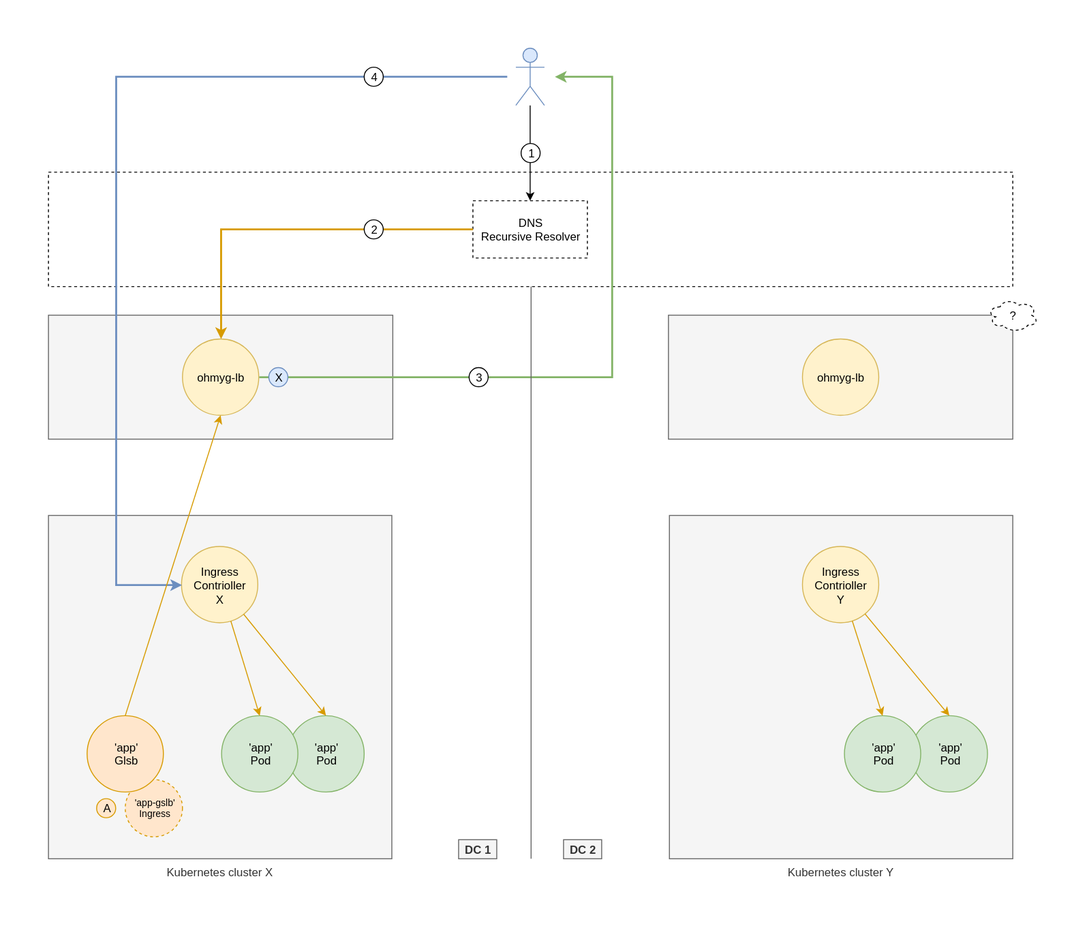
Before: docs/images/gslb-basic.svg, a diagram exported from draw.io (k8gb-io/k8gb). Source tidied: cells renumbered, new cells last; positions are measured from the earlier drawing's top-left corner, leaving out a move shared by most shapes.
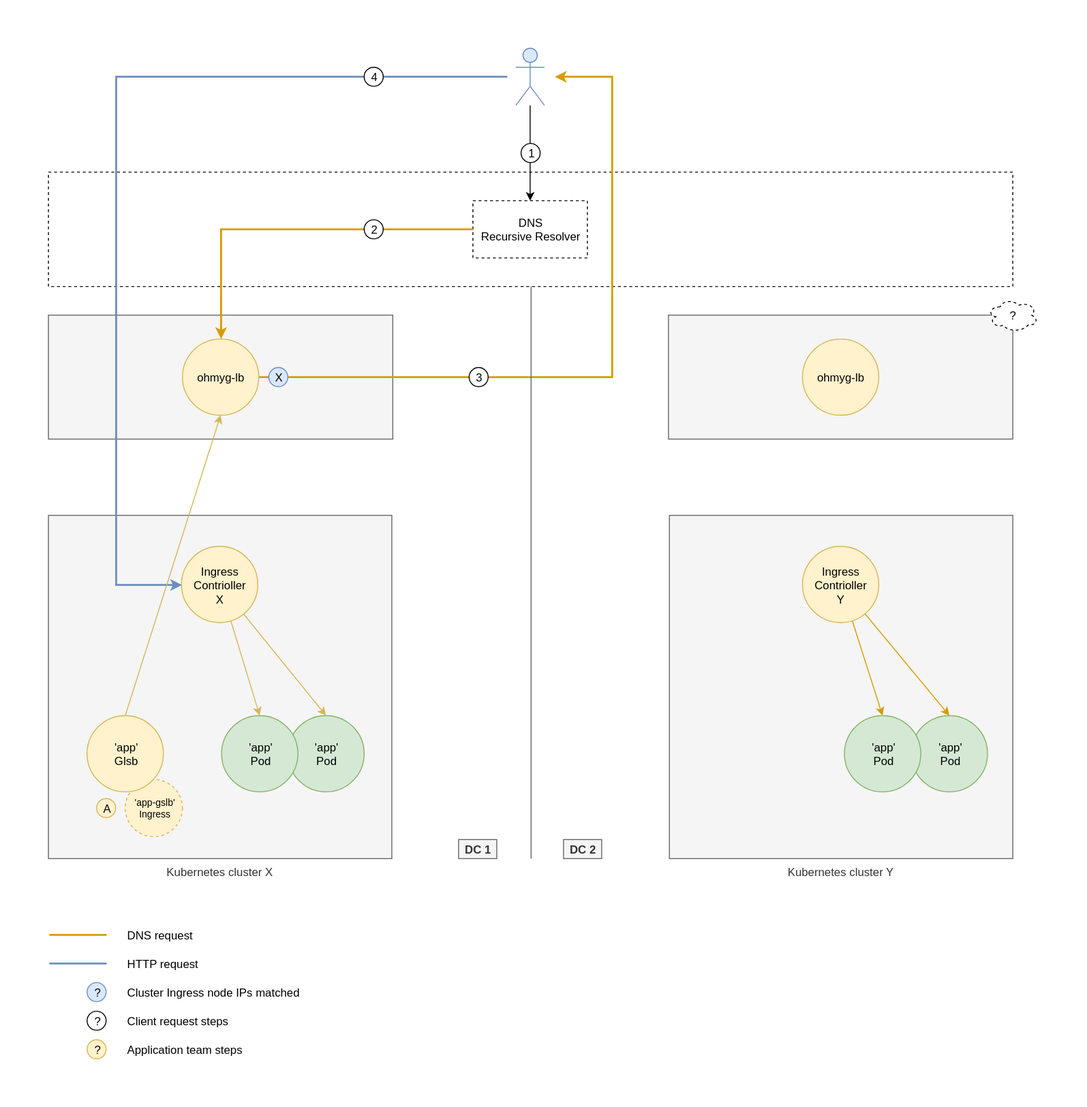
After the change.

Diff of the diagram source:
```diff
@@ -26,13 +26,13 @@
     <mxCell id="9" value="'app'&lt;br&gt;Pod" style="ellipse;whiteSpace=wrap;html=1;fillColor=#d5e8d4;strokeColor=#82b366;" parent="1" vertex="1">
       <mxGeometry x="251" y="700" width="80" height="80" as="geometry" />
     </mxCell>
-    <mxCell id="10" style="edgeStyle=none;rounded=0;jettySize=auto;html=1;entryX=0.5;entryY=0;entryDx=0;entryDy=0;fillColor=#ffe6cc;strokeColor=#d79b00;" parent="1" edge="1" source="8" target="9">
+    <mxCell id="10" style="edgeStyle=none;rounded=0;jettySize=auto;html=1;entryX=0.5;entryY=0;entryDx=0;entryDy=0;fillColor=#fff2cc;strokeColor=#d6b656;" parent="1" edge="1" source="8" target="9">
       <mxGeometry relative="1" as="geometry" />
     </mxCell>
     <mxCell id="11" value="'app'&lt;br&gt;Pod" style="ellipse;whiteSpace=wrap;html=1;fillColor=#d5e8d4;strokeColor=#82b366;" parent="1" vertex="1">
       <mxGeometry x="181.5" y="700" width="80" height="80" as="geometry" />
     </mxCell>
-    <mxCell id="12" style="rounded=0;jettySize=auto;html=1;entryX=0.5;entryY=0;entryDx=0;entryDy=0;fillColor=#ffe6cc;strokeColor=#d79b00;" parent="1" edge="1" source="8" target="11">
+    <mxCell id="12" style="rounded=0;jettySize=auto;html=1;entryX=0.5;entryY=0;entryDx=0;entryDy=0;fillColor=#fff2cc;strokeColor=#d6b656;" parent="1" edge="1" source="8" target="11">
       <mxGeometry relative="1" as="geometry" />
     </mxCell>
     <mxCell id="13" style="rounded=0;whiteSpace=wrap;html=1;fillColor=#f5f5f5;strokeColor=#666666;fontColor=#333333;" parent="1" vertex="1">
@@ -59,7 +59,7 @@
         </Array>
       </mxGeometry>
     </mxCell>
-    <mxCell id="19" style="edgeStyle=orthogonalEdgeStyle;rounded=0;jettySize=auto;html=1;exitX=1;exitY=0.5;exitDx=0;exitDy=0;fillColor=#d5e8d4;strokeColor=#82b366;strokeWidth=2;" parent="1" edge="1" source="14">
+    <mxCell id="19" style="edgeStyle=orthogonalEdgeStyle;rounded=0;jettySize=auto;html=1;exitX=1;exitY=0.5;exitDx=0;exitDy=0;fillColor=#ffe6cc;strokeColor=#d79b00;strokeWidth=2;" parent="1" edge="1" source="14">
       <mxGeometry relative="1" as="geometry">
         <mxPoint x="531" y="30" as="targetPoint" />
         <Array as="points">
@@ -99,16 +99,16 @@
     <mxCell id="27" value="?" style="ellipse;shape=cloud;whiteSpace=wrap;html=1;dashed=1;" parent="1" vertex="1">
       <mxGeometry x="984.5" y="262.5" width="53" height="35" as="geometry" />
     </mxCell>
-    <mxCell id="28" value="A" style="ellipse;whiteSpace=wrap;html=1;fillColor=#ffe6cc;strokeColor=#d79b00;" parent="1" vertex="1">
+    <mxCell id="28" value="A" style="ellipse;whiteSpace=wrap;html=1;fillColor=#fff2cc;strokeColor=#d6b656;" parent="1" vertex="1">
       <mxGeometry x="50.5" y="787" width="20" height="20" as="geometry" />
     </mxCell>
-    <mxCell id="29" value="'app-gslb'&lt;br style=&quot;font-size: 10px;&quot;&gt;Ingress" style="ellipse;whiteSpace=wrap;html=1;fillColor=#ffe6cc;strokeColor=#d79b00;fontSize=10;dashed=1;" parent="1" vertex="1">
+    <mxCell id="29" value="'app-gslb'&lt;br style=&quot;font-size: 10px;&quot;&gt;Ingress" style="ellipse;whiteSpace=wrap;html=1;fillColor=#fff2cc;strokeColor=#d6b656;fontSize=10;dashed=1;" parent="1" vertex="1">
       <mxGeometry x="80.5" y="767" width="60" height="60" as="geometry" />
     </mxCell>
-    <mxCell id="30" style="edgeStyle=none;rounded=0;jettySize=auto;html=1;exitX=0.5;exitY=0;exitDx=0;exitDy=0;entryX=0.5;entryY=1;entryDx=0;entryDy=0;strokeWidth=1;fontSize=10;fillColor=#ffe6cc;strokeColor=#d79b00;" parent="1" edge="1" source="31" target="14">
+    <mxCell id="30" style="edgeStyle=none;rounded=0;jettySize=auto;html=1;exitX=0.5;exitY=0;exitDx=0;exitDy=0;entryX=0.5;entryY=1;entryDx=0;entryDy=0;strokeWidth=1;fontSize=10;fillColor=#fff2cc;strokeColor=#d6b656;" parent="1" edge="1" source="31" target="14">
       <mxGeometry relative="1" as="geometry" />
     </mxCell>
-    <mxCell id="31" value="'app'&lt;br&gt;Glsb" style="ellipse;whiteSpace=wrap;html=1;fillColor=#ffe6cc;strokeColor=#d79b00;" parent="1" vertex="1">
+    <mxCell id="31" value="'app'&lt;br&gt;Glsb" style="ellipse;whiteSpace=wrap;html=1;fillColor=#fff2cc;strokeColor=#d6b656;" parent="1" vertex="1">
       <mxGeometry x="40.5" y="700" width="80" height="80" as="geometry" />
     </mxCell>
     <mxCell id="32" value="Kubernetes cluster Y" style="rounded=0;whiteSpace=wrap;html=1;fillColor=#f5f5f5;strokeColor=#666666;fontColor=#333333;labelPosition=center;verticalLabelPosition=bottom;align=center;verticalAlign=top;" parent="1" vertex="1">
@@ -132,5 +132,56 @@
     <mxCell id="38" value="X" style="ellipse;whiteSpace=wrap;html=1;fillColor=#dae8fc;strokeColor=#6c8ebf;" parent="1" vertex="1">
       <mxGeometry x="231" y="335" width="20" height="20" as="geometry" />
     </mxCell>
+    <mxCell id="39" style="group;" parent="1" vertex="1">
+      <mxGeometry x="1" y="950" width="201" height="20" as="geometry" />
+    </mxCell>
+    <mxCell id="40" style="endArrow=none;html=1;fillColor=#dae8fc;strokeColor=#6c8ebf;strokeWidth=2;" parent="39" edge="1">
+      <mxGeometry relative="1" as="geometry">
+        <mxPoint y="10" as="sourcePoint" />
+        <mxPoint x="60" y="10" as="targetPoint" />
+      </mxGeometry>
+    </mxCell>
+    <mxCell id="41" value="HTTP request" style="text;html=1;strokeColor=none;fillColor=none;align=left;verticalAlign=middle;whiteSpace=wrap;rounded=0;" parent="39" vertex="1">
+      <mxGeometry x="80" width="121" height="20" as="geometry" />
+    </mxCell>
+    <mxCell id="42" style="group;" parent="1" vertex="1">
+      <mxGeometry x="1" y="920" width="201" height="20" as="geometry" />
+    </mxCell>
+    <mxCell id="43" style="endArrow=none;html=1;fillColor=#ffe6cc;strokeColor=#d79b00;strokeWidth=2;" parent="42" edge="1">
+      <mxGeometry relative="1" as="geometry">
+        <mxPoint y="10" as="sourcePoint" />
+        <mxPoint x="60" y="10" as="targetPoint" />
+      </mxGeometry>
+    </mxCell>
+    <mxCell id="44" value="DNS request" style="text;html=1;strokeColor=none;fillColor=none;align=left;verticalAlign=middle;whiteSpace=wrap;rounded=0;" parent="42" vertex="1">
+      <mxGeometry x="80" width="121" height="20" as="geometry" />
+    </mxCell>
+    <mxCell id="45" style="group;" parent="1" vertex="1">
+      <mxGeometry x="40.5" y="980" width="240.5" height="20" as="geometry" />
+    </mxCell>
+    <mxCell id="46" value="?" style="ellipse;whiteSpace=wrap;html=1;fillColor=#dae8fc;strokeColor=#6c8ebf;" parent="45" vertex="1">
+      <mxGeometry width="20" height="20" as="geometry" />
+    </mxCell>
+    <mxCell id="47" value="Cluster Ingress node IPs matched" style="text;html=1;strokeColor=none;fillColor=none;align=left;verticalAlign=middle;whiteSpace=wrap;rounded=0;" parent="45" vertex="1">
+      <mxGeometry x="40.5" width="200" height="20" as="geometry" />
+    </mxCell>
+    <mxCell id="48" style="group;" parent="1" vertex="1">
+      <mxGeometry x="40.5" y="1010" width="240.5" height="20" as="geometry" />
+    </mxCell>
+    <mxCell id="49" value="?" style="ellipse;whiteSpace=wrap;html=1;fillColor=#FFFFFF;" parent="48" vertex="1">
+      <mxGeometry width="20" height="20" as="geometry" />
+    </mxCell>
+    <mxCell id="50" value="Client request steps" style="text;html=1;strokeColor=none;fillColor=none;align=left;verticalAlign=middle;whiteSpace=wrap;rounded=0;" parent="48" vertex="1">
+      <mxGeometry x="40.5" width="200" height="20" as="geometry" />
+    </mxCell>
+    <mxCell id="51" style="group;" parent="1" vertex="1">
+      <mxGeometry x="40.5" y="1040" width="240.5" height="20" as="geometry" />
+    </mxCell>
+    <mxCell id="52" value="?" style="ellipse;whiteSpace=wrap;html=1;fillColor=#fff2cc;strokeColor=#d6b656;" parent="51" vertex="1">
+      <mxGeometry width="20" height="20" as="geometry" />
+    </mxCell>
+    <mxCell id="53" value="Application team steps" style="text;html=1;strokeColor=none;fillColor=none;align=left;verticalAlign=middle;whiteSpace=wrap;rounded=0;" parent="51" vertex="1">
+      <mxGeometry x="40.5" width="200" height="20" as="geometry" />
+    </mxCell>
   </root>
 </mxGraphModel>
```
